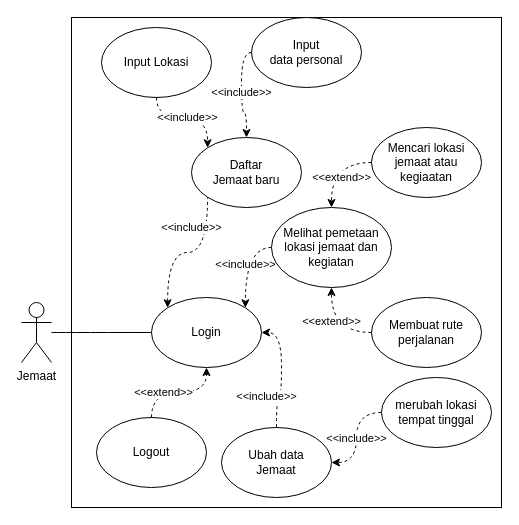
This is page "Page-1" (1 of 3) of UseCaseDiagram.drawio from Raymond-15/requirements, a draw.io file, before an edit. Source tidied: cells renumbered, new cells numbered last; positions are measured from the earlier drawing's top-left corner, leaving out a move shared by most shapes. Both pictures are drawn from the tidied source at 100%, with x=0, y=0 at pixel (21, 17).
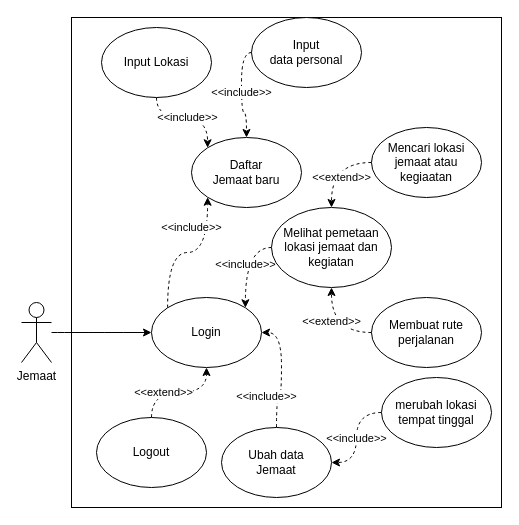
Above is the later version.

Unchanged cells that the change refers to:
```xml
<mxCell id="5" value="Jemaat" style="shape=umlActor;verticalLabelPosition=bottom;verticalAlign=top;html=1;outlineConnect=0;" parent="1" vertex="1">
  <mxGeometry y="285" width="30" height="60" as="geometry" />
</mxCell>
<mxCell id="6" value="Daftar &lt;br&gt;Jemaat baru" style="ellipse;whiteSpace=wrap;html=1;" parent="1" vertex="1">
  <mxGeometry x="170" y="120" width="110" height="70" as="geometry" />
</mxCell>
<mxCell id="9" value="Login" style="ellipse;whiteSpace=wrap;html=1;" parent="1" vertex="1">
  <mxGeometry x="130" y="280" width="110" height="70" as="geometry" />
</mxCell>
```

The edit, as a diff of the source:
```diff
@@
-    <mxCell id="3" value="&amp;lt;&amp;lt;include&amp;gt;&amp;gt;" style="edgeStyle=orthogonalEdgeStyle;rounded=0;jettySize=auto;html=1;entryX=0;entryY=1;entryDx=0;entryDy=0;endArrow=none;endFill=0;exitX=0;exitY=0;exitDx=0;exitDy=0;curved=1;startArrow=classic;startFill=1;dashed=1;" parent="1" edge="1" source="9" target="6">
+    <mxCell id="3" value="&amp;lt;&amp;lt;include&amp;gt;&amp;gt;" style="edgeStyle=orthogonalEdgeStyle;rounded=0;jettySize=auto;html=1;entryX=0;entryY=1;entryDx=0;entryDy=0;endArrow=classic;endFill=1;exitX=0;exitY=0;exitDx=0;exitDy=0;curved=1;startArrow=none;startFill=0;dashed=1;" parent="1" edge="1" source="9" target="6">
       <mxGeometry x="0.6" y="16" relative="1" as="geometry" />
     </mxCell>
-    <mxCell id="4" style="edgeStyle=orthogonalEdgeStyle;rounded=0;jettySize=auto;html=1;entryX=0;entryY=0.5;entryDx=0;entryDy=0;curved=1;endArrow=none;endFill=0;" parent="1" edge="1" source="5" target="9">
+    <mxCell id="4" style="edgeStyle=orthogonalEdgeStyle;rounded=0;jettySize=auto;html=1;entryX=0;entryY=0.5;entryDx=0;entryDy=0;curved=1;endArrow=classic;endFill=1;" parent="1" edge="1" source="5" target="9">
       <mxGeometry relative="1" as="geometry" />
     </mxCell>
```
